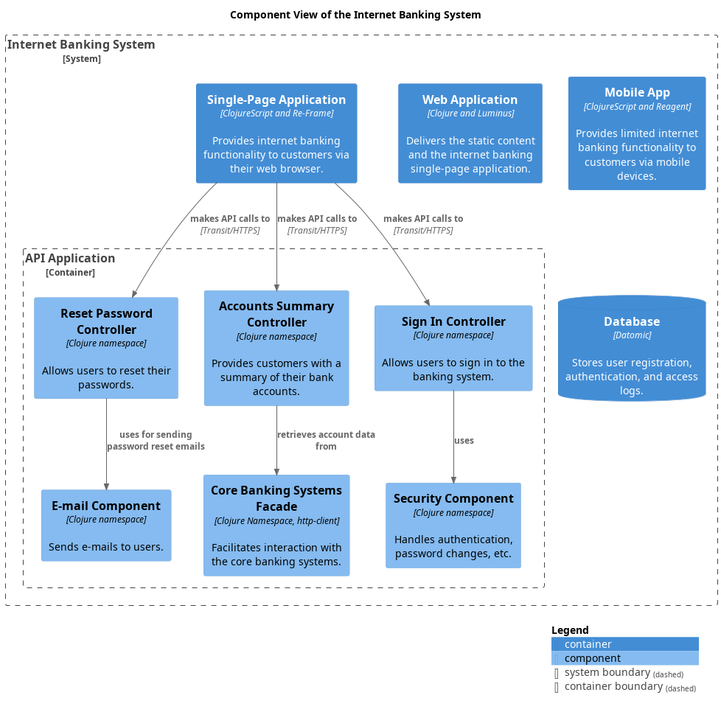
Earlier version of the PlantUML export docs/mybank/digital-banking/internet-banking-system/component-view.png (soulspace-org/my-bank-model).
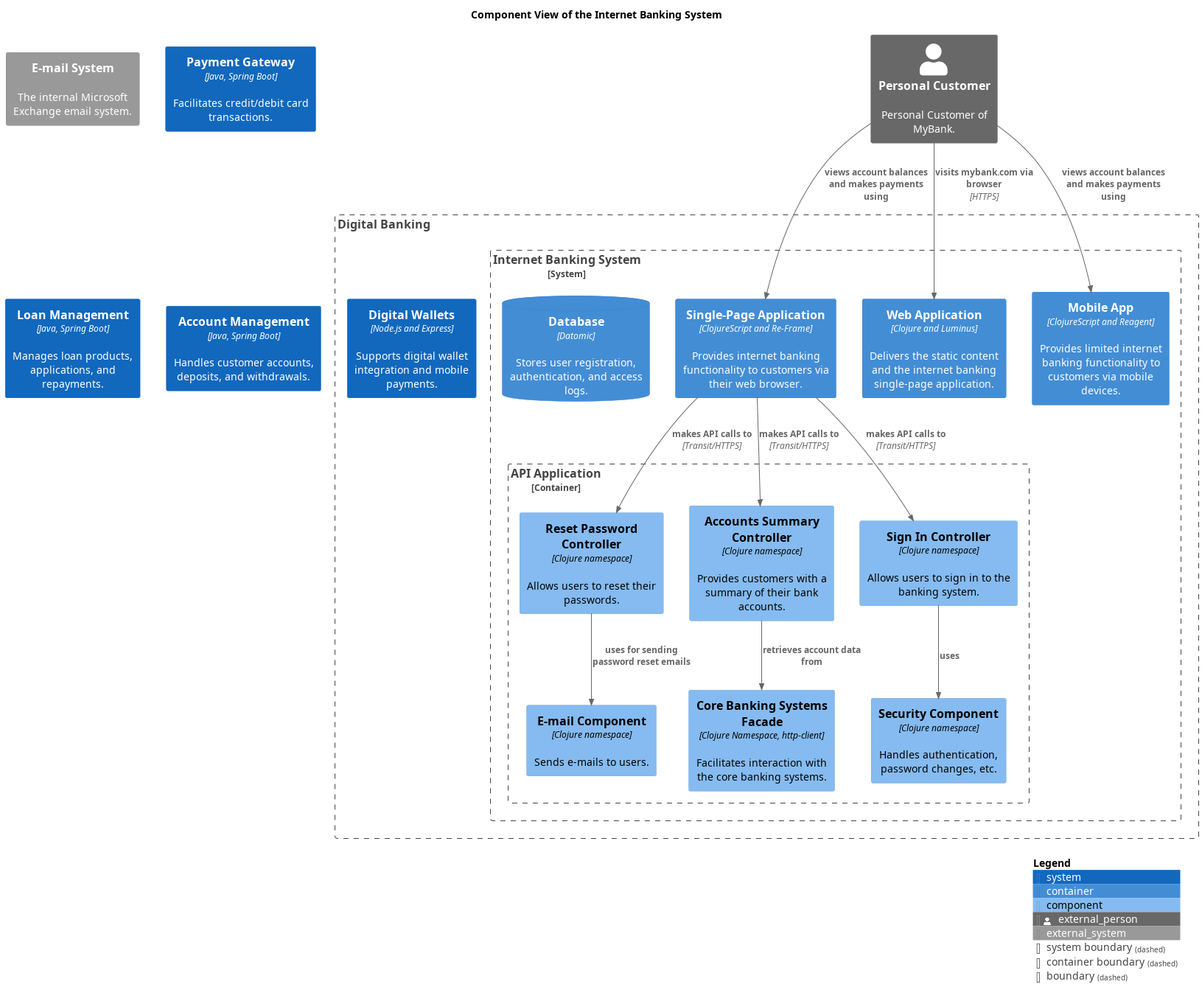
After the commit.

The edit, as a diff of the source:
```diff
@@ -13,25 +13,50 @@
 
 
 title Component View of the Internet Banking System
-System_Boundary(mybank_digitalBanking_internetBankingSystem_internetBankingSystem, "Internet Banking System") {
-  Container_Boundary(mybank_digitalBanking_internetBankingSystem_apiApplication, "API Application") {
-    Component(mybank_digitalBanking_internetBankingSystem_securityComponent, "Security Component", $descr="Handles authentication, password changes, etc.", $techn="Clojure namespace")
-    Component(mybank_digitalBanking_internetBankingSystem_resetPasswordController, "Reset Password Controller", $descr="Allows users to reset their passwords.", $techn="Clojure namespace")
-    Component(mybank_digitalBanking_internetBankingSystem_emailComponent, "E-mail Component", $descr="Sends e-mails to users.", $techn="Clojure namespace")
-    Component(mybank_digitalBanking_internetBankingSystem_coreBankingSystemsFacade, "Core Banking Systems Facade", $descr="Facilitates interaction with the core banking systems.", $techn="Clojure Namespace, http-client")
-    Component(mybank_digitalBanking_internetBankingSystem_accountsSummaryController, "Accounts Summary Controller", $descr="Provides customers with a summary of their bank accounts.", $techn="Clojure namespace")
-    Component(mybank_digitalBanking_internetBankingSystem_signInController, "Sign In Controller", $descr="Allows users to sign in to the banking system.", $techn="Clojure namespace")
+System_Ext(mybank_emailSystem, "E-mail System", $descr="The internal Microsoft Exchange email system.")
+Person_Ext(mybank_personalCustomer, "Personal Customer", $descr="Personal Customer of MyBank.")
+System(mybank_payment_paymentGatewaySystem, "Payment Gateway", $descr="Facilitates credit/debit card transactions.", $type="Java, Spring Boot")
+System(mybank_coreBanking_loanManagementSystem, "Loan Management", $descr="Manages loan products, applications, and repayments.", $type="Java, Spring Boot")
+System(mybank_coreBanking_accountManagementSystem, "Account Management", $descr="Handles customer accounts, deposits, and withdrawals.", $type="Java, Spring Boot")
+Boundary(mybank_digitalBanking_contextBoundary, "Digital Banking") {
+  System(mybank_digitalBanking_digitalWalletsSystem, "Digital Wallets", $descr="Supports digital wallet integration and mobile payments.", $type="Node.js and Express")
+  System_Boundary(mybank_digitalBanking_internetBankingSystem_internetBankingSystem, "Internet Banking System") {
+    Container_Boundary(mybank_digitalBanking_internetBankingSystem_apiApplication, "API Application") {
+      Component(mybank_digitalBanking_internetBankingSystem_securityComponent, "Security Component", $descr="Handles authentication, password changes, etc.", $techn="Clojure namespace")
+      Component(mybank_digitalBanking_internetBankingSystem_resetPasswordController, "Reset Password Controller", $descr="Allows users to reset their passwords.", $techn="Clojure namespace")
+      Component(mybank_digitalBanking_internetBankingSystem_emailComponent, "E-mail Component", $descr="Sends e-mails to users.", $techn="Clojure namespace")
+      Component(mybank_digitalBanking_internetBankingSystem_coreBankingSystemsFacade, "Core Banking Systems Facade", $descr="Facilitates interaction with the core banking systems.", $techn="Clojure Namespace, http-client")
+      Component(mybank_digitalBanking_internetBankingSystem_accountsSummaryController, "Accounts Summary Controller", $descr="Provides customers with a summary of their bank accounts.", $techn="Clojure namespace")
+      Component(mybank_digitalBanking_internetBankingSystem_signInController, "Sign In Controller", $descr="Allows users to sign in to the banking system.", $techn="Clojure namespace")
+    }
+    Container(mybank_digitalBanking_internetBankingSystem_singlePageApp, "Single-Page Application", $descr="Provides internet banking functionality to customers via their web browser.", $techn="ClojureScript and Re-Frame")
+    Container(mybank_digitalBanking_internetBankingSystem_webApp, "Web Application", $descr="Delivers the static content and the internet banking single-page application.", $techn="Clojure and Luminus")
+    Container(mybank_digitalBanking_internetBankingSystem_mobileApp, "Mobile App", $descr="Provides limited internet banking functionality to customers via mobile devices.", $techn="ClojureScript and Reagent")
+    ContainerDb(mybank_digitalBanking_internetBankingSystem_database, "Database", $descr="Stores user registration, authentication, and access logs.", $techn="Datomic")
   }
-  Container(mybank_digitalBanking_internetBankingSystem_singlePageApp, "Single-Page Application", $descr="Provides internet banking functionality to customers via their web browser.", $techn="ClojureScript and Re-Frame")
-  Container(mybank_digitalBanking_internetBankingSystem_webApp, "Web Application", $descr="Delivers the static content and the internet banking single-page application.", $techn="Clojure and Luminus")
-  Container(mybank_digitalBanking_internetBankingSystem_mobileApp, "Mobile App", $descr="Provides limited internet banking functionality to customers via mobile devices.", $techn="ClojureScript and Reagent")
-  ContainerDb(mybank_digitalBanking_internetBankingSystem_database, "Database", $descr="Stores user registration, authentication, and access logs.", $techn="Datomic")
+  System_Boundary(mybank_digitalBanking_internetBankingSystem_internetBankingSystem, "Internet Banking System") {
+    Container_Boundary(mybank_digitalBanking_internetBankingSystem_apiApplication, "API Application") {
+      Component(mybank_digitalBanking_internetBankingSystem_securityComponent, "Security Component", $descr="Handles authentication, password changes, etc.", $techn="Clojure namespace")
+      Component(mybank_digitalBanking_internetBankingSystem_resetPasswordController, "Reset Password Controller", $descr="Allows users to reset their passwords.", $techn="Clojure namespace")
+      Component(mybank_digitalBanking_internetBankingSystem_emailComponent, "E-mail Component", $descr="Sends e-mails to users.", $techn="Clojure namespace")
+      Component(mybank_digitalBanking_internetBankingSystem_coreBankingSystemsFacade, "Core Banking Systems Facade", $descr="Facilitates interaction with the core banking systems.", $techn="Clojure Namespace, http-client")
+      Component(mybank_digitalBanking_internetBankingSystem_accountsSummaryController, "Accounts Summary Controller", $descr="Provides customers with a summary of their bank accounts.", $techn="Clojure namespace")
+      Component(mybank_digitalBanking_internetBankingSystem_signInController, "Sign In Controller", $descr="Allows users to sign in to the banking system.", $techn="Clojure namespace")
+    }
+    Container(mybank_digitalBanking_internetBankingSystem_singlePageApp, "Single-Page Application", $descr="Provides internet banking functionality to customers via their web browser.", $techn="ClojureScript and Re-Frame")
+    Container(mybank_digitalBanking_internetBankingSystem_webApp, "Web Application", $descr="Delivers the static content and the internet banking single-page application.", $techn="Clojure and Luminus")
+    Container(mybank_digitalBanking_internetBankingSystem_mobileApp, "Mobile App", $descr="Provides limited internet banking functionality to customers via mobile devices.", $techn="ClojureScript and Reagent")
+    ContainerDb(mybank_digitalBanking_internetBankingSystem_database, "Database", $descr="Stores user registration, authentication, and access logs.", $techn="Datomic")
+  }
 }
+Rel(mybank_personalCustomer, mybank_digitalBanking_internetBankingSystem_webApp, "visits mybank.com via browser", $techn="HTTPS")
 Rel(mybank_digitalBanking_internetBankingSystem_accountsSummaryController, mybank_digitalBanking_internetBankingSystem_coreBankingSystemsFacade, "retrieves account data from")
+Rel(mybank_personalCustomer, mybank_digitalBanking_internetBankingSystem_singlePageApp, "views account balances and makes payments using")
 Rel(mybank_digitalBanking_internetBankingSystem_resetPasswordController, mybank_digitalBanking_internetBankingSystem_emailComponent, "uses for sending password reset emails")
 Rel(mybank_digitalBanking_internetBankingSystem_singlePageApp, mybank_digitalBanking_internetBankingSystem_signInController, "makes API calls to", $techn="Transit/HTTPS")
 Rel(mybank_digitalBanking_internetBankingSystem_singlePageApp, mybank_digitalBanking_internetBankingSystem_resetPasswordController, "makes API calls to", $techn="Transit/HTTPS")
 Rel(mybank_digitalBanking_internetBankingSystem_signInController, mybank_digitalBanking_internetBankingSystem_securityComponent, "uses")
 Rel(mybank_digitalBanking_internetBankingSystem_singlePageApp, mybank_digitalBanking_internetBankingSystem_accountsSummaryController, "makes API calls to", $techn="Transit/HTTPS")
+Rel(mybank_personalCustomer, mybank_digitalBanking_internetBankingSystem_mobileApp, "views account balances and makes payments using")
 SHOW_LEGEND()
 @enduml
```
